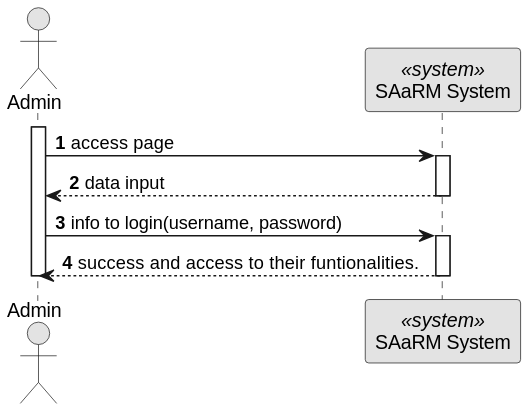
This is docs/BackofficeModule/7.2.17/sequence-diagram-1.svg from Ana-Miguel-Silva/SurgicalAppointmentAndResourceManagement, a PlantUML export, as it was before one commit. Source of this version:
```plantuml
@startuml
skinparam monochrome true
skinparam packageStyle rectangle
skinparam shadowing false

autonumber

actor "Admin" as AD
participant "SAaRM System" as SYS <<system>>

activate AD
AD -> SYS: access page
activate SYS
SYS --> AD : data input
deactivate SYS
AD -> SYS : info to login(username, password)
activate SYS
SYS --> AD : success and access to their funtionalities.

deactivate SYS

deactivate AD
@enduml
```
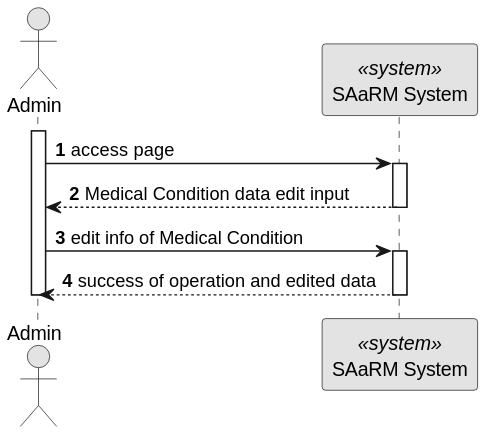
The same file after the commit.

The edit, as a diff of the source:
```diff
@@ -11,11 +11,11 @@
 activate AD
 AD -> SYS: access page
 activate SYS
-SYS --> AD : data input
+SYS --> AD : Medical Condition data edit input
 deactivate SYS
-AD -> SYS : info to login(username, password)
+AD -> SYS : edit info of Medical Condition
 activate SYS
-SYS --> AD : success and access to their funtionalities.
+SYS --> AD : success of operation and edited data
 
 deactivate SYS
 
```
